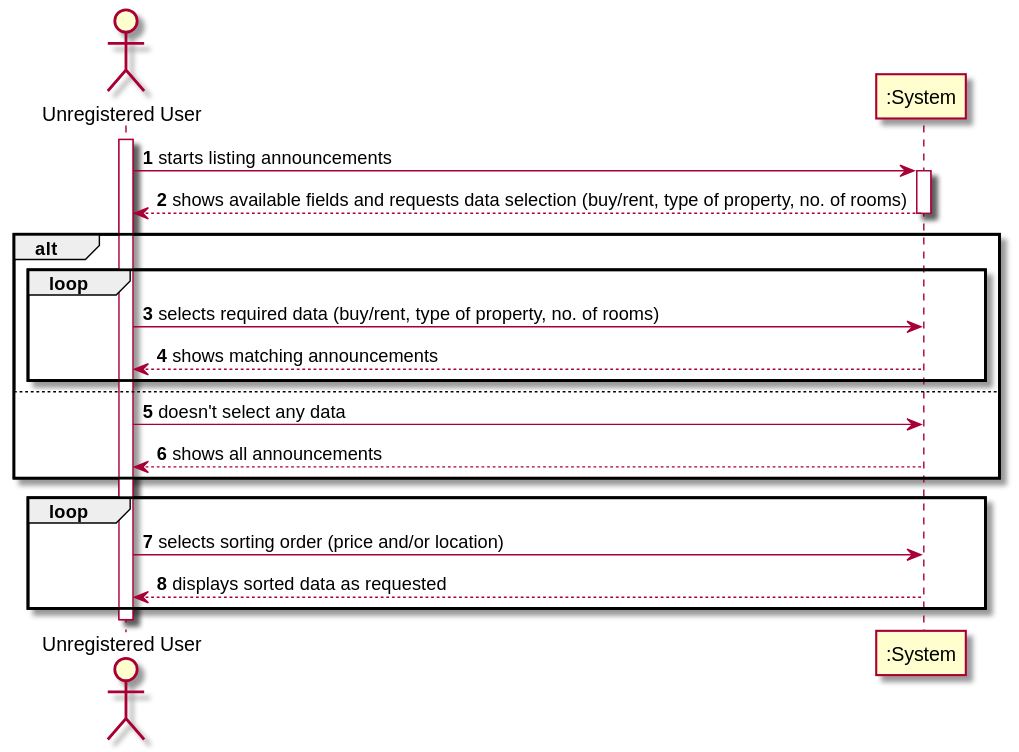
Before: docs/sprintB/US001/01.requirements-engineering/svg/us001-system-sequence-diagram.svg, a diagram exported from PlantUML (tiagohcorreia/LAPR2). Its diagram source:
```plantuml
@startuml
autonumber
actor "Unregistered User" as UR
participant ":System" as SYS
activate UR
UR -> SYS: starts listing announcements
activate SYS
return shows available fields and requests data selection (buy/rent, type of property, no. of rooms)
deactivate SYS

alt
    loop
    UR -> SYS: selects required data (buy/rent, type of property, no. of rooms)
    UR <-- SYS: shows matching announcements
    end
else
    UR -> SYS: doesn't select any data
    UR <-- SYS: shows all announcements
end
loop
    UR -> SYS: selects sorting order (price and/or location)
    UR <-- SYS: displays sorted data as requested
end


@enduml
```
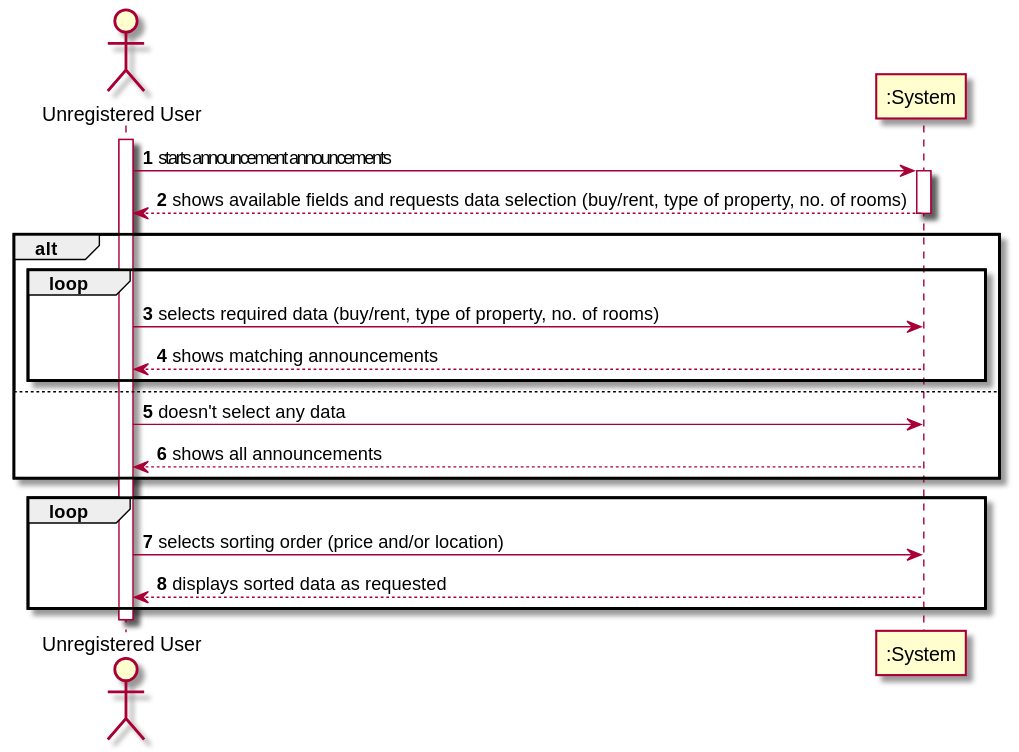
The same diagram one commit later.

The edit, as a diff of the source:
```diff
@@ -3,7 +3,7 @@
 actor "Unregistered User" as UR
 participant ":System" as SYS
 activate UR
-UR -> SYS: starts listing announcements
+UR -> SYS: starts announcement announcements
 activate SYS
 return shows available fields and requests data selection (buy/rent, type of property, no. of rooms)
 deactivate SYS
```
